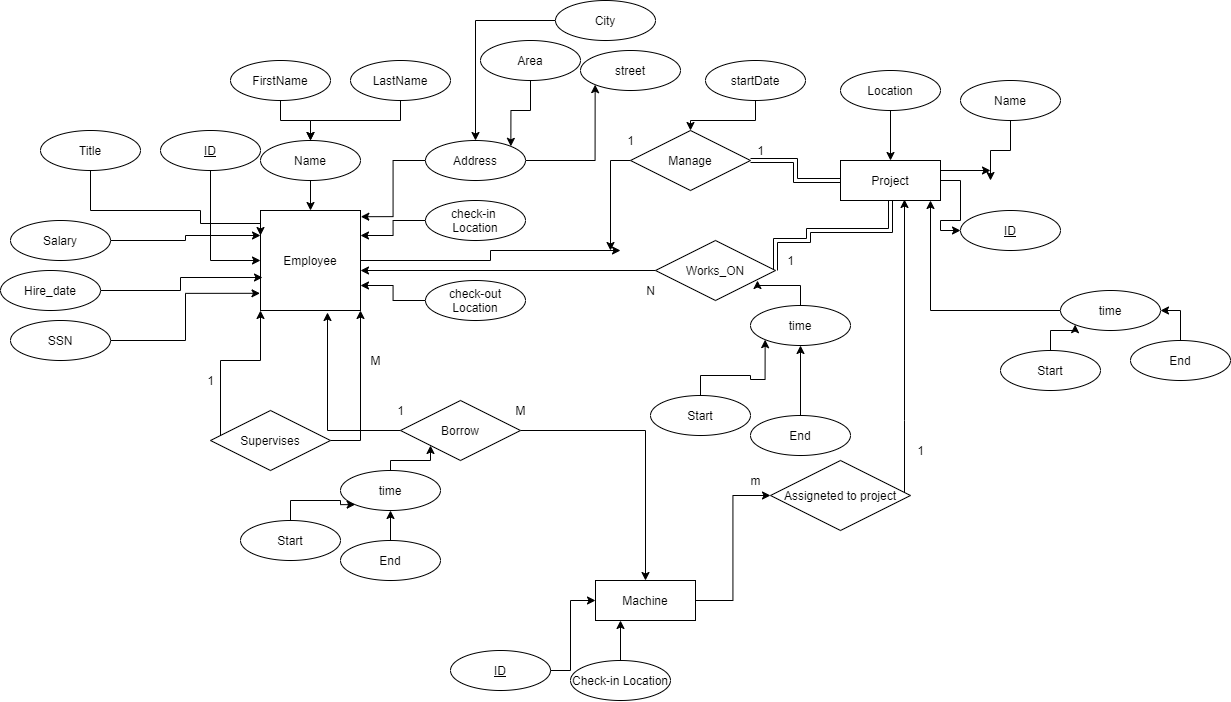
This is ERD.png from aymanred121/IGEC-Logging-App-Project, a draw.io export, as it was before one commit. Source tidied: cells renumbered, new cells last; positions are measured from the earlier drawing's top-left corner, leaving out a move shared by most shapes.
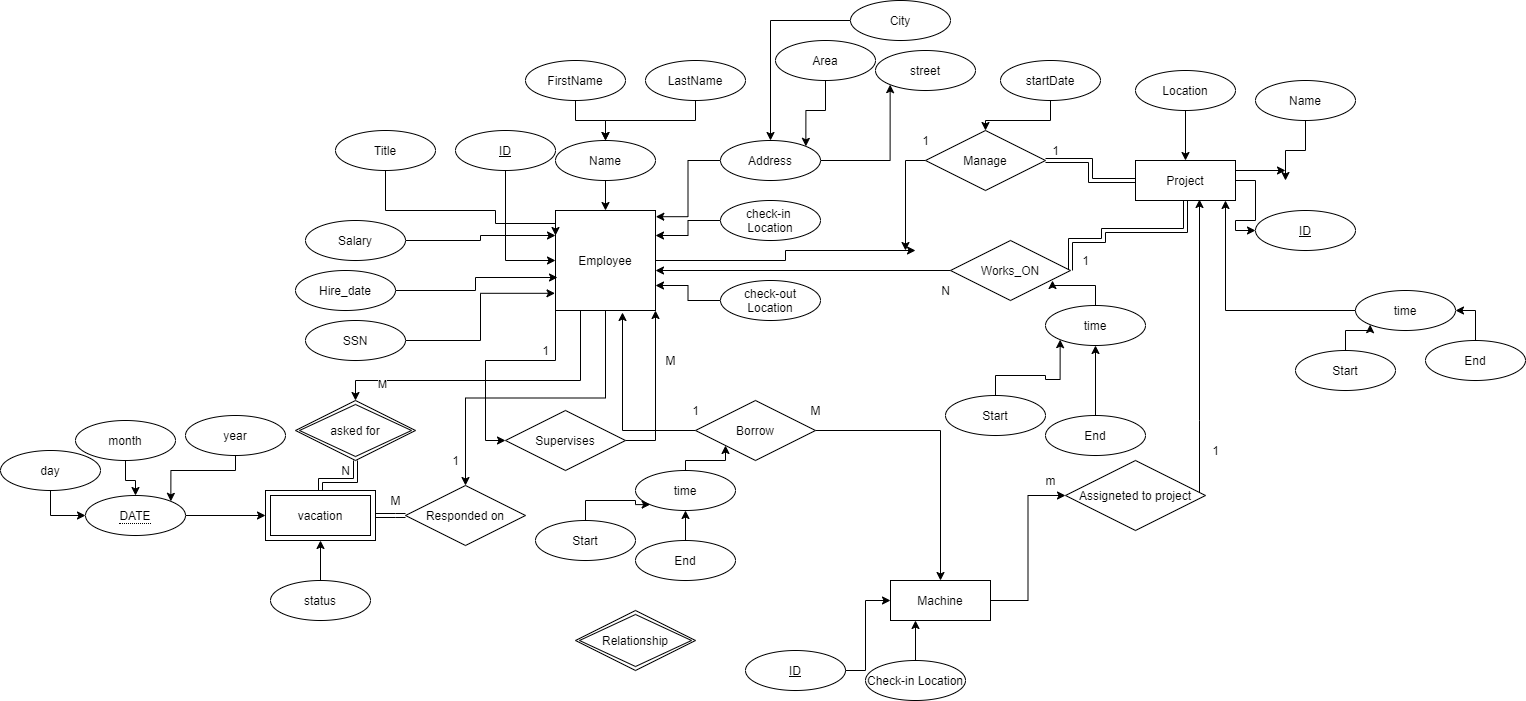
Later version of the same file.

Commit message:
ERD with vacation table "Not reviewed"

What changed in the source:
```diff
@@ -7,6 +7,23 @@
         <mxPoint x="620" y="250" as="targetPoint" />
       </mxGeometry>
     </mxCell>
+    <mxCell id="90" style="edgeStyle=orthogonalEdgeStyle;rounded=0;jettySize=auto;html=1;exitX=0.25;exitY=1;exitDx=0;exitDy=0;labelBackgroundColor=default;fontColor=default;strokeColor=default;entryX=0.5;entryY=0;entryDx=0;entryDy=0;" parent="1" edge="1" source="3" target="105">
+      <mxGeometry relative="1" as="geometry">
+        <Array as="points">
+          <mxPoint x="285" y="380" />
+          <mxPoint x="60" y="380" />
+        </Array>
+      </mxGeometry>
+    </mxCell>
+    <mxCell id="91" value="M" style="edgeLabel;html=1;align=center;verticalAlign=middle;fontColor=default;" parent="90" vertex="1">
+      <mxGeometry x="0.71" y="3" relative="1" as="geometry" />
+    </mxCell>
+    <mxCell id="92" style="edgeStyle=orthogonalEdgeStyle;rounded=0;jettySize=auto;html=1;exitX=0;exitY=1;exitDx=0;exitDy=0;entryX=0;entryY=0.5;entryDx=0;entryDy=0;labelBackgroundColor=default;fontColor=default;strokeColor=default;" parent="1" edge="1" source="3" target="25">
+      <mxGeometry relative="1" as="geometry" />
+    </mxCell>
+    <mxCell id="93" style="edgeStyle=orthogonalEdgeStyle;rounded=0;jettySize=auto;html=1;exitX=0.5;exitY=1;exitDx=0;exitDy=0;labelBackgroundColor=default;fontColor=default;strokeColor=default;entryX=0.5;entryY=0;entryDx=0;entryDy=0;" parent="1" edge="1" source="3" target="113">
+      <mxGeometry relative="1" as="geometry" />
+    </mxCell>
     <mxCell id="3" value="Employee" style="whiteSpace=wrap;html=1;align=center;" parent="1" vertex="1">
       <mxGeometry x="260" y="210" width="100" height="100" as="geometry" />
     </mxCell>
@@ -82,22 +99,14 @@
         </Array>
       </mxGeometry>
     </mxCell>
-    <mxCell id="24" style="edgeStyle=orthogonalEdgeStyle;rounded=0;jettySize=auto;html=1;strokeColor=#000000;strokeWidth=1;entryX=0;entryY=1;entryDx=0;entryDy=0;" parent="1" edge="1" source="25" target="3">
-      <mxGeometry relative="1" as="geometry">
-        <Array as="points">
-          <mxPoint x="220" y="360" />
-          <mxPoint x="260" y="360" />
-        </Array>
-      </mxGeometry>
-    </mxCell>
-    <mxCell id="25" value="Supervises" style="shape=rhombus;perimeter=rhombusPerimeter;whiteSpace=wrap;html=1;align=center;" parent="1" vertex="1">
+    <mxCell id="25" value="Supervises" style="shape=rhombus;perimeter=rhombusPerimeter;whiteSpace=wrap;html=1;align=center;fillColor=default;strokeColor=default;fontColor=default;" parent="1" vertex="1">
       <mxGeometry x="210" y="410" width="120" height="60" as="geometry" />
     </mxCell>
     <mxCell id="26" value="M" style="text;html=1;align=center;verticalAlign=middle;strokeColor=none;" parent="1" vertex="1">
       <mxGeometry x="360" y="350" width="30" height="20" as="geometry" />
     </mxCell>
-    <mxCell id="27" value="1&lt;br&gt;" style="text;html=1;align=center;verticalAlign=middle;strokeColor=none;" parent="1" vertex="1">
-      <mxGeometry x="200" y="370" width="20" height="20" as="geometry" />
+    <mxCell id="27" value="1&lt;br&gt;" style="text;html=1;align=center;verticalAlign=middle;strokeColor=none;fontColor=default;" parent="1" vertex="1">
+      <mxGeometry x="240" y="340" width="20" height="20" as="geometry" />
     </mxCell>
     <mxCell id="28" style="edgeStyle=orthogonalEdgeStyle;rounded=0;jettySize=auto;html=1;entryX=1;entryY=0.25;entryDx=0;entryDy=0;" parent="1" edge="1" source="29" target="3">
       <mxGeometry relative="1" as="geometry" />
@@ -325,5 +334,69 @@
     <mxCell id="89" value="Start" style="ellipse;whiteSpace=wrap;html=1;align=center;" parent="1" vertex="1">
       <mxGeometry x="650" y="395" width="100" height="40" as="geometry" />
     </mxCell>
+    <mxCell id="94" style="edgeStyle=orthogonalEdgeStyle;rounded=0;jettySize=auto;html=1;entryX=0;entryY=0.5;entryDx=0;entryDy=0;labelBackgroundColor=default;fontColor=default;strokeColor=default;exitX=1;exitY=0.5;exitDx=0;exitDy=0;" parent="1" edge="1" source="110" target="106">
+      <mxGeometry relative="1" as="geometry" />
+    </mxCell>
+    <mxCell id="95" style="edgeStyle=orthogonalEdgeStyle;rounded=0;jettySize=auto;html=1;entryX=0;entryY=0.5;entryDx=0;entryDy=0;labelBackgroundColor=default;fontColor=default;strokeColor=default;" parent="1" edge="1" source="96" target="110">
+      <mxGeometry relative="1" as="geometry" />
+    </mxCell>
+    <mxCell id="96" value="day" style="ellipse;whiteSpace=wrap;html=1;align=center;fillColor=default;strokeColor=default;fontColor=default;" parent="1" vertex="1">
+      <mxGeometry x="-295" y="450" width="100" height="40" as="geometry" />
+    </mxCell>
+    <mxCell id="97" style="edgeStyle=orthogonalEdgeStyle;rounded=0;jettySize=auto;html=1;entryX=0.5;entryY=0;entryDx=0;entryDy=0;labelBackgroundColor=default;fontColor=default;strokeColor=default;" parent="1" edge="1" source="98" target="110">
+      <mxGeometry relative="1" as="geometry" />
+    </mxCell>
+    <mxCell id="98" value="month&lt;span style=&quot;font-family: monospace; font-size: 0px;&quot;&gt;%3CmxGraphModel%3E%3Croot%3E%3CmxCell%20id%3D%220%22%2F%3E%3CmxCell%20id%3D%221%22%20parent%3D%220%22%2F%3E%3CmxCell%20id%3D%222%22%20value%3D%22Start%22%20style%3D%22ellipse%3BwhiteSpace%3Dwrap%3Bhtml%3D1%3Balign%3Dcenter%3B%22%20vertex%3D%221%22%20parent%3D%221%22%3E%3CmxGeometry%20x%3D%2210%22%20y%3D%22520%22%20width%3D%22100%22%20height%3D%2240%22%20as%3D%22geometry%22%2F%3E%3C%2FmxCell%3E%3C%2Froot%3E%3C%2FmxGraphModel%3E&lt;/span&gt;" style="ellipse;whiteSpace=wrap;html=1;align=center;fillColor=default;strokeColor=default;fontColor=default;" parent="1" vertex="1">
+      <mxGeometry x="-220" y="420" width="100" height="40" as="geometry" />
+    </mxCell>
+    <mxCell id="99" style="edgeStyle=orthogonalEdgeStyle;rounded=0;jettySize=auto;html=1;exitX=0.5;exitY=1;exitDx=0;exitDy=0;entryX=1;entryY=0;entryDx=0;entryDy=0;labelBackgroundColor=default;fontColor=default;strokeColor=default;" parent="1" edge="1" source="100" target="110">
+      <mxGeometry relative="1" as="geometry">
+        <Array as="points">
+          <mxPoint x="-125" y="470" />
+        </Array>
+      </mxGeometry>
+    </mxCell>
+    <mxCell id="100" value="year" style="ellipse;whiteSpace=wrap;html=1;align=center;fillColor=default;strokeColor=default;fontColor=default;" parent="1" vertex="1">
+      <mxGeometry x="-110" y="415" width="100" height="40" as="geometry" />
+    </mxCell>
+    <mxCell id="101" style="edgeStyle=orthogonalEdgeStyle;rounded=0;orthogonalLoop=1;jettySize=auto;html=1;exitX=0.5;exitY=1;exitDx=0;exitDy=0;labelBackgroundColor=default;fontColor=default;strokeColor=default;" parent="1" edge="1" source="98" target="98">
+      <mxGeometry relative="1" as="geometry" />
+    </mxCell>
+    <mxCell id="102" style="edgeStyle=orthogonalEdgeStyle;rounded=0;jettySize=auto;html=1;labelBackgroundColor=default;fontColor=default;strokeColor=default;entryX=0.5;entryY=1;entryDx=0;entryDy=0;" parent="1" edge="1" source="103" target="106">
+      <mxGeometry relative="1" as="geometry" />
+    </mxCell>
+    <mxCell id="103" value="status" style="ellipse;whiteSpace=wrap;html=1;align=center;fillColor=default;strokeColor=default;fontColor=default;" parent="1" vertex="1">
+      <mxGeometry x="-25" y="580" width="100" height="40" as="geometry" />
+    </mxCell>
+    <mxCell id="104" style="edgeStyle=orthogonalEdgeStyle;shape=link;rounded=0;jettySize=auto;html=1;exitX=0.5;exitY=1;exitDx=0;exitDy=0;labelBackgroundColor=default;fontColor=default;strokeColor=default;" parent="1" edge="1" source="105" target="106">
+      <mxGeometry relative="1" as="geometry" />
+    </mxCell>
+    <mxCell id="105" value="asked for" style="shape=rhombus;double=1;perimeter=rhombusPerimeter;whiteSpace=wrap;html=1;align=center;fontColor=default;strokeColor=default;fillColor=default;gradientColor=none;" parent="1" vertex="1">
+      <mxGeometry y="400" width="120" height="60" as="geometry" />
+    </mxCell>
+    <mxCell id="106" value="vacation" style="shape=ext;margin=3;double=1;whiteSpace=wrap;html=1;align=center;fontColor=default;strokeColor=default;fillColor=default;gradientColor=none;" parent="1" vertex="1">
+      <mxGeometry x="-30" y="490" width="110" height="50" as="geometry" />
+    </mxCell>
+    <mxCell id="107" value="Relationship" style="shape=rhombus;double=1;perimeter=rhombusPerimeter;whiteSpace=wrap;html=1;align=center;fontColor=default;strokeColor=default;fillColor=default;gradientColor=none;" parent="1" vertex="1">
+      <mxGeometry x="280" y="610" width="120" height="60" as="geometry" />
+    </mxCell>
+    <mxCell id="108" style="edgeStyle=orthogonalEdgeStyle;rounded=0;jettySize=auto;html=1;labelBackgroundColor=default;fontColor=default;strokeColor=default;exitX=0;exitY=0.5;exitDx=0;exitDy=0;shape=link;" parent="1" edge="1" source="113" target="106">
+      <mxGeometry relative="1" as="geometry" />
+    </mxCell>
+    <mxCell id="109" value="N" style="text;html=1;align=center;verticalAlign=middle;strokeColor=none;fillColor=none;fontColor=default;" parent="1" vertex="1">
+      <mxGeometry x="40" y="460" width="20" height="20" as="geometry" />
+    </mxCell>
+    <mxCell id="110" value="&lt;span style=&quot;border-bottom: 1px dotted&quot;&gt;DATE&lt;/span&gt;" style="ellipse;whiteSpace=wrap;html=1;align=center;fontColor=default;strokeColor=default;fillColor=default;gradientColor=none;" parent="1" vertex="1">
+      <mxGeometry x="-210" y="495" width="100" height="40" as="geometry" />
+    </mxCell>
+    <mxCell id="111" value="M" style="text;html=1;align=center;verticalAlign=middle;strokeColor=none;fillColor=none;fontColor=default;" parent="1" vertex="1">
+      <mxGeometry x="85" y="490" width="30" height="20" as="geometry" />
+    </mxCell>
+    <mxCell id="112" value="1" style="text;html=1;align=center;verticalAlign=middle;strokeColor=none;fillColor=none;fontColor=default;" parent="1" vertex="1">
+      <mxGeometry x="150" y="450" width="20" height="20" as="geometry" />
+    </mxCell>
+    <mxCell id="113" value="Responded on" style="shape=rhombus;perimeter=rhombusPerimeter;whiteSpace=wrap;html=1;align=center;fillColor=default;strokeColor=default;fontColor=default;" parent="1" vertex="1">
+      <mxGeometry x="110" y="485" width="120" height="60" as="geometry" />
+    </mxCell>
   </root>
 </mxGraphModel>
```
